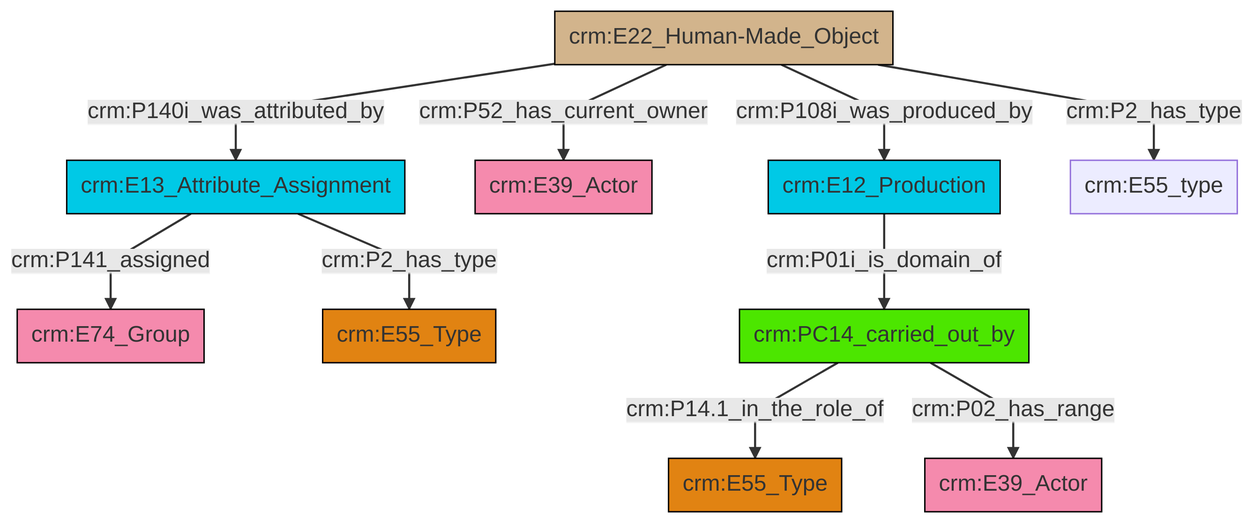
swiss-art-research-net/reference-data-models keeps this Mermaid diagram as et/builtWorkCSV/ttl/mmd/png/Built_Work_actor_relations.png. Above is the earlier version. Its source is kept beside it as et/builtWorkCSV/ttl/mmd/Built_Work_actor_relations.ttl.mmd.
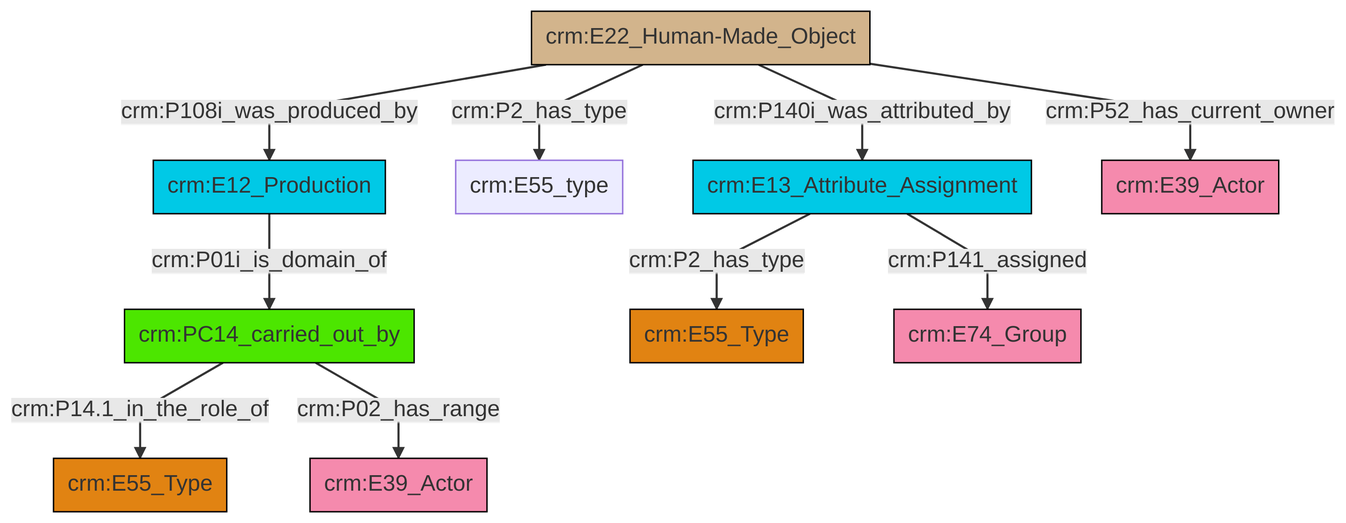
After the commit.

What changed in the source:
```diff
@@ -13,12 +13,12 @@
 classDef PC_Classes fill:#4ce600, stroke:#000000;
 classDef Multi fill:#cccccc,stroke:#000000;
 
-8["crm:E22_Human-Made_Object"]:::Physical_Thing -->|crm:P140i_was_attributed_by| 0["crm:E13_Attribute_Assignment"]:::Temporal_Entity
-0["crm:E13_Attribute_Assignment"]:::Temporal_Entity -->|crm:P141_assigned| 4["crm:E74_Group"]:::Actor
-13["crm:E12_Production"]:::Temporal_Entity -->|crm:P01i_is_domain_of| 9["crm:PC14_carried_out_by"]:::PC_Classes
-8["crm:E22_Human-Made_Object"]:::Physical_Thing -->|crm:P52_has_current_owner| 15["crm:E39_Actor"]:::Actor
-8["crm:E22_Human-Made_Object"]:::Physical_Thing -->|crm:P108i_was_produced_by| 13["crm:E12_Production"]:::Temporal_Entity
-9["crm:PC14_carried_out_by"]:::PC_Classes -->|crm:P14.1_in_the_role_of| 16["crm:E55_Type"]:::Type
-8["crm:E22_Human-Made_Object"]:::Physical_Thing -->|crm:P2_has_type| 6["crm:E55_type"]:::Default
-0["crm:E13_Attribute_Assignment"]:::Temporal_Entity -->|crm:P2_has_type| 11["crm:E55_Type"]:::Type
-9["crm:PC14_carried_out_by"]:::PC_Classes -->|crm:P02_has_range| 2["crm:E39_Actor"]:::Actor
+0["crm:PC14_carried_out_by"]:::PC_Classes -->|crm:P14.1_in_the_role_of| 1["crm:E55_Type"]:::Type
+2["crm:E13_Attribute_Assignment"]:::Temporal_Entity -->|crm:P2_has_type| 3["crm:E55_Type"]:::Type
+2["crm:E13_Attribute_Assignment"]:::Temporal_Entity -->|crm:P141_assigned| 7["crm:E74_Group"]:::Actor
+8["crm:E22_Human-Made_Object"]:::Physical_Thing -->|crm:P108i_was_produced_by| 9["crm:E12_Production"]:::Temporal_Entity
+8["crm:E22_Human-Made_Object"]:::Physical_Thing -->|crm:P140i_was_attributed_by| 2["crm:E13_Attribute_Assignment"]:::Temporal_Entity
+8["crm:E22_Human-Made_Object"]:::Physical_Thing -->|crm:P52_has_current_owner| 16["crm:E39_Actor"]:::Actor
+8["crm:E22_Human-Made_Object"]:::Physical_Thing -->|crm:P2_has_type| 5["crm:E55_type"]:::Default
+9["crm:E12_Production"]:::Temporal_Entity -->|crm:P01i_is_domain_of| 0["crm:PC14_carried_out_by"]:::PC_Classes
+0["crm:PC14_carried_out_by"]:::PC_Classes -->|crm:P02_has_range| 11["crm:E39_Actor"]:::Actor
```
